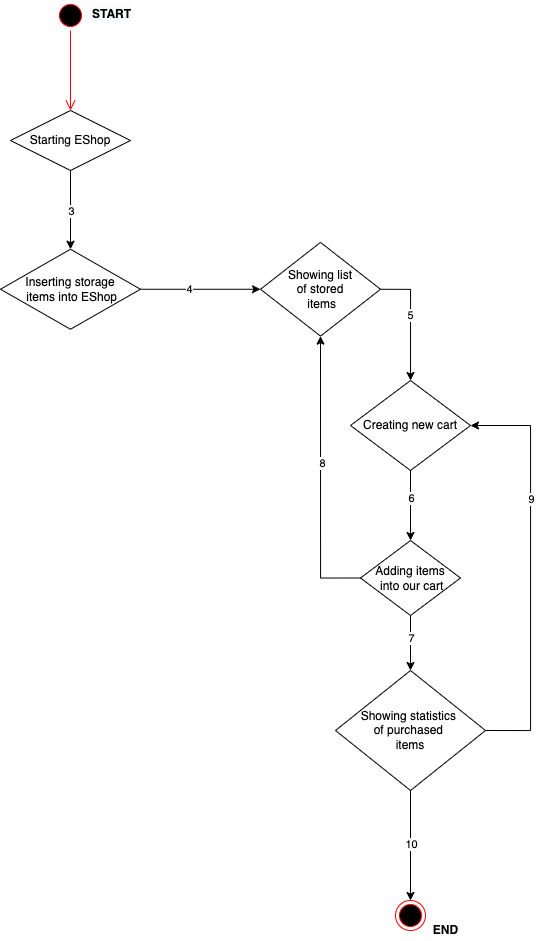
XWX-Unknown-XWX/TS1_Labs keeps this draw.io diagram as ts1-cv/src/test/java/eshop/activityDiagramForEShop/EShopActivityDiagram.png. Above is the earlier version. Source tidied: cells renumbered, new cells last; positions are measured from the earlier drawing's top-left corner, leaving out a move shared by most shapes.
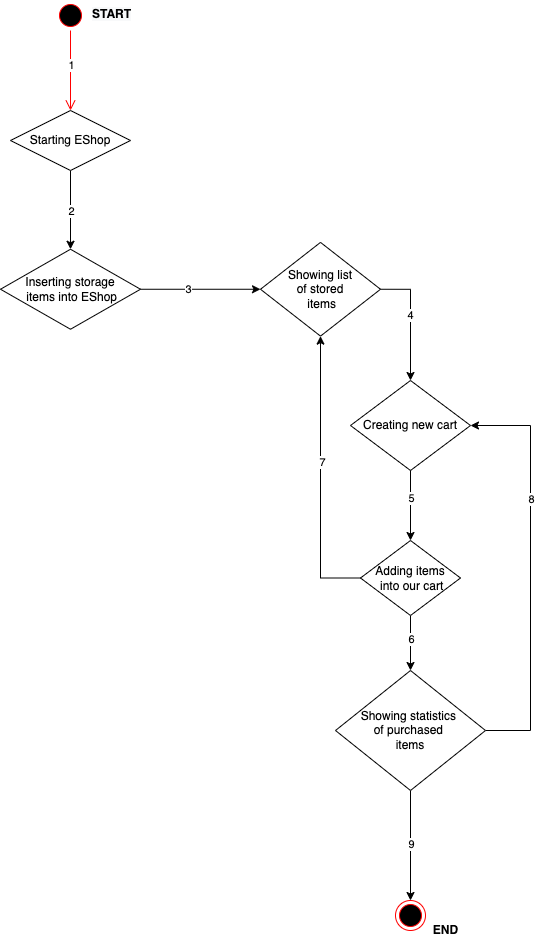
After the change.

Commit message:
@DisplayName changes + small change in process diagram

Diff of the diagram source:
```diff
@@ -5,7 +5,7 @@
     <mxCell id="2" style="edgeStyle=orthogonalEdgeStyle;rounded=0;jettySize=auto;html=1;entryX=0.5;entryY=0;entryDx=0;entryDy=0;" parent="1" edge="1" source="6" target="20">
       <mxGeometry relative="1" as="geometry" />
     </mxCell>
-    <mxCell id="3" value="7" style="edgeLabel;html=1;align=center;verticalAlign=middle;" parent="2" vertex="1">
+    <mxCell id="3" value="6" style="edgeLabel;html=1;align=center;verticalAlign=middle;" parent="2" vertex="1">
       <mxGeometry x="-0.15" y="-4" relative="1" as="geometry">
         <mxPoint x="4" as="offset" />
       </mxGeometry>
@@ -17,7 +17,7 @@
         </Array>
       </mxGeometry>
     </mxCell>
-    <mxCell id="5" value="8" style="edgeLabel;html=1;align=center;verticalAlign=middle;" parent="4" vertex="1">
+    <mxCell id="5" value="7" style="edgeLabel;html=1;align=center;verticalAlign=middle;" parent="4" vertex="1">
       <mxGeometry y="-1" relative="1" as="geometry">
         <mxPoint y="-15" as="offset" />
       </mxGeometry>
@@ -28,7 +28,7 @@
     <mxCell id="7" style="edgeStyle=orthogonalEdgeStyle;rounded=0;jettySize=auto;html=1;entryX=0.5;entryY=0;entryDx=0;entryDy=0;exitX=1;exitY=0.5;exitDx=0;exitDy=0;" parent="1" edge="1" source="9" target="24">
       <mxGeometry relative="1" as="geometry" />
     </mxCell>
-    <mxCell id="8" value="5" style="edgeLabel;html=1;align=center;verticalAlign=middle;" parent="7" vertex="1">
+    <mxCell id="8" value="4" style="edgeLabel;html=1;align=center;verticalAlign=middle;" parent="7" vertex="1">
       <mxGeometry x="-0.08" y="-1" relative="1" as="geometry" />
     </mxCell>
     <mxCell id="9" value="&lt;span&gt;Showing list&lt;/span&gt;&lt;br&gt;&lt;span&gt;of stored&lt;/span&gt;&lt;br&gt;&lt;span&gt;&amp;nbsp;items&lt;/span&gt;" style="shape=rhombus;perimeter=rhombusPerimeter;whiteSpace=wrap;html=1;align=center;" parent="1" vertex="1">
@@ -37,7 +37,7 @@
     <mxCell id="10" style="edgeStyle=orthogonalEdgeStyle;rounded=0;jettySize=auto;html=1;entryX=0.5;entryY=0;entryDx=0;entryDy=0;" parent="1" edge="1" source="12" target="15">
       <mxGeometry relative="1" as="geometry" />
     </mxCell>
-    <mxCell id="11" value="3" style="edgeLabel;html=1;align=center;verticalAlign=middle;" parent="10" vertex="1">
+    <mxCell id="11" value="2" style="edgeLabel;html=1;align=center;verticalAlign=middle;" parent="10" vertex="1">
       <mxGeometry x="-0.3" y="-4" relative="1" as="geometry">
         <mxPoint x="4" y="12" as="offset" />
       </mxGeometry>
@@ -48,7 +48,7 @@
     <mxCell id="13" style="edgeStyle=orthogonalEdgeStyle;rounded=0;jettySize=auto;html=1;entryX=0;entryY=0.5;entryDx=0;entryDy=0;" parent="1" edge="1" source="15" target="9">
       <mxGeometry relative="1" as="geometry" />
     </mxCell>
-    <mxCell id="14" value="4" style="edgeLabel;html=1;align=center;verticalAlign=middle;" parent="13" vertex="1">
+    <mxCell id="14" value="3" style="edgeLabel;html=1;align=center;verticalAlign=middle;" parent="13" vertex="1">
       <mxGeometry x="-0.2" relative="1" as="geometry" />
     </mxCell>
     <mxCell id="15" value="Inserting storage&lt;br&gt;&amp;nbsp;items into EShop" style="shape=rhombus;perimeter=rhombusPerimeter;whiteSpace=wrap;html=1;align=center;" parent="1" vertex="1">
@@ -62,7 +62,7 @@
         </Array>
       </mxGeometry>
     </mxCell>
-    <mxCell id="17" value="9" style="edgeLabel;html=1;align=center;verticalAlign=middle;" parent="16" vertex="1">
+    <mxCell id="17" value="8" style="edgeLabel;html=1;align=center;verticalAlign=middle;" parent="16" vertex="1">
       <mxGeometry x="0.36" y="-2" relative="1" as="geometry">
         <mxPoint x="-2" y="2" as="offset" />
       </mxGeometry>
@@ -70,7 +70,7 @@
     <mxCell id="18" style="edgeStyle=orthogonalEdgeStyle;rounded=0;jettySize=auto;html=1;" parent="1" edge="1" source="20" target="21">
       <mxGeometry relative="1" as="geometry" />
     </mxCell>
-    <mxCell id="19" value="10" style="edgeLabel;html=1;align=center;verticalAlign=middle;" parent="18" vertex="1">
+    <mxCell id="19" value="9" style="edgeLabel;html=1;align=center;verticalAlign=middle;" parent="18" vertex="1">
       <mxGeometry x="-0.06" relative="1" as="geometry">
         <mxPoint y="1" as="offset" />
       </mxGeometry>
@@ -84,7 +84,7 @@
     <mxCell id="22" style="edgeStyle=orthogonalEdgeStyle;rounded=0;jettySize=auto;html=1;entryX=0.5;entryY=0;entryDx=0;entryDy=0;" parent="1" edge="1" source="24" target="6">
       <mxGeometry relative="1" as="geometry" />
     </mxCell>
-    <mxCell id="23" value="6" style="edgeLabel;html=1;align=center;verticalAlign=middle;" parent="22" vertex="1">
+    <mxCell id="23" value="5" style="edgeLabel;html=1;align=center;verticalAlign=middle;" parent="22" vertex="1">
       <mxGeometry x="-0.47" y="-4" relative="1" as="geometry">
         <mxPoint x="4" y="9" as="offset" />
       </mxGeometry>
@@ -98,6 +98,9 @@
     <mxCell id="26" style="edgeStyle=orthogonalEdgeStyle;html=1;verticalAlign=bottom;endArrow=open;endSize=8;strokeColor=#ff0000;rounded=0;entryX=0.5;entryY=0;entryDx=0;entryDy=0;" parent="1" edge="1" source="25" target="12">
       <mxGeometry relative="1" as="geometry" />
     </mxCell>
+    <mxCell id="29" value="1" style="edgeLabel;html=1;align=center;verticalAlign=middle;" parent="26" vertex="1">
+      <mxGeometry x="-0.15" relative="1" as="geometry" />
+    </mxCell>
     <mxCell id="27" value="&lt;b&gt;END&lt;/b&gt;" style="text;html=1;align=center;verticalAlign=middle;strokeColor=none;fillColor=none;" parent="1" vertex="1">
       <mxGeometry x="425" y="920" width="40" height="20" as="geometry" />
     </mxCell>
```
